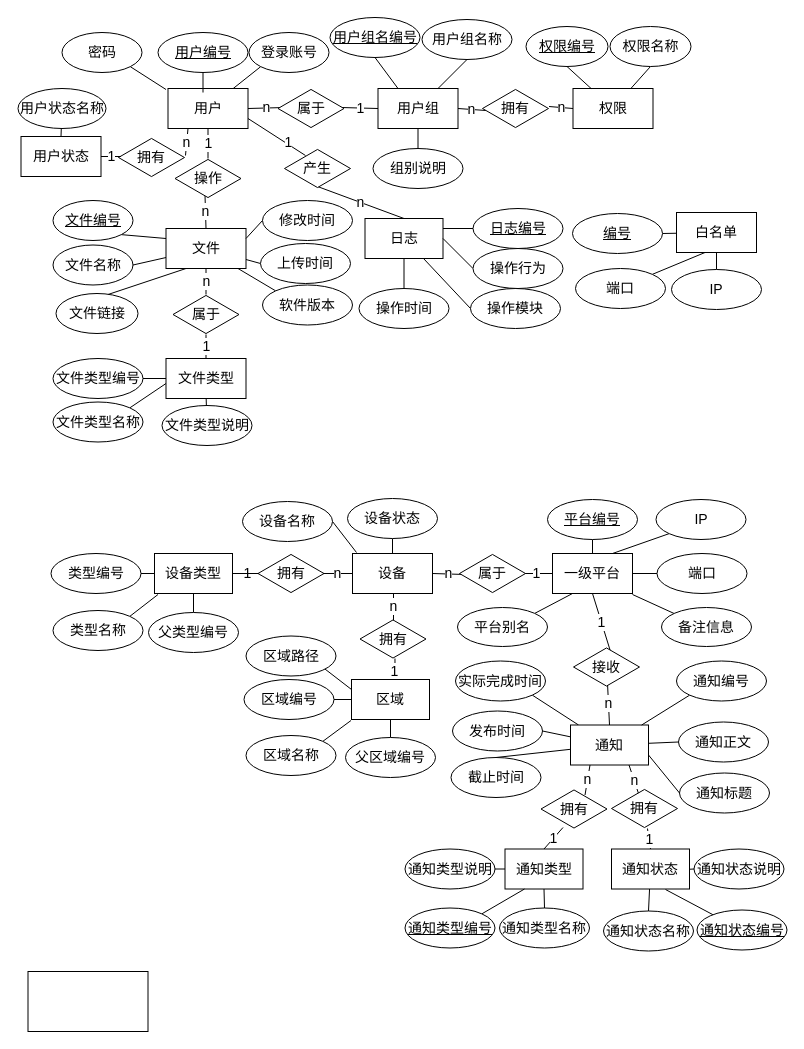
This is E-R.drawio from waterwatermelon/graph, a draw.io file, before an edit. Source tidied: cells renumbered, new cells numbered last; positions are measured from the earlier drawing's top-left corner, leaving out a move shared by most shapes. Both pictures are drawn from the tidied source at 100%, with x=0, y=0 at pixel (18, 17).
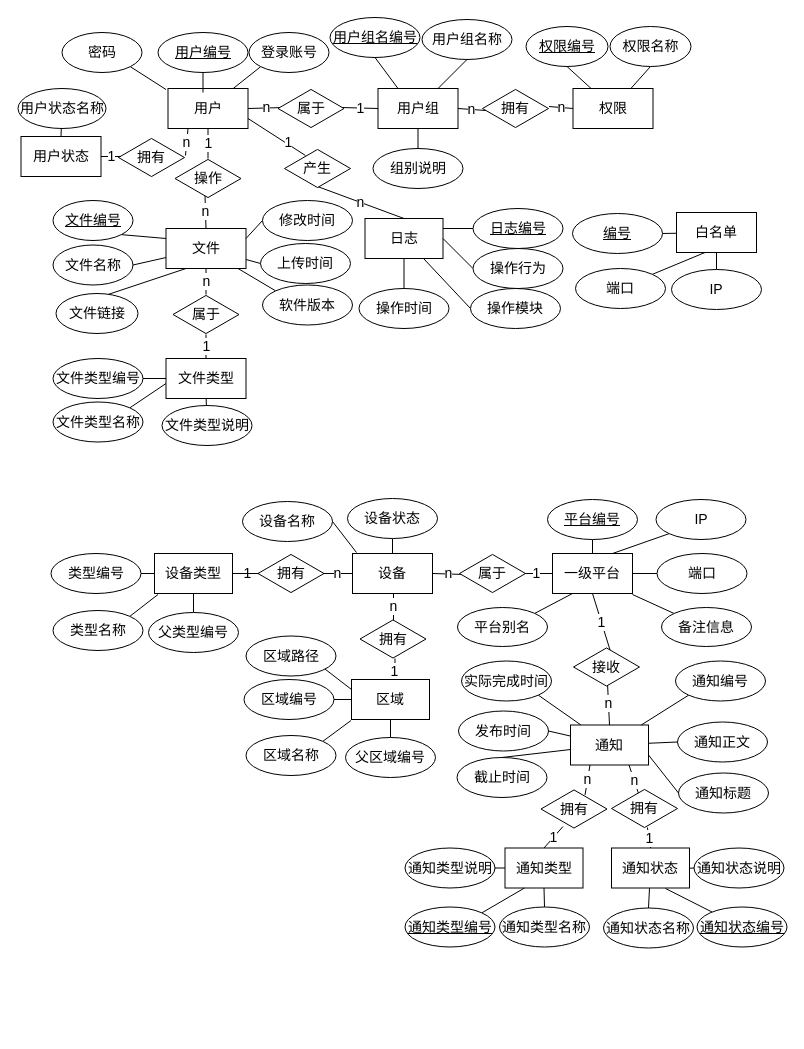
After the change.

Unchanged cells that the change refers to:
```xml
<mxCell id="150" value="拥有" style="html=1;whiteSpace=wrap;shape=isoRectangle;fontSize=14;" parent="1" vertex="1">
  <mxGeometry x="593" y="771" width="66" height="40" as="geometry" />
</mxCell>
```

Change to the diagram source:
```diff
@@
     <mxCell id="105" value="发布时间" style="ellipse;whiteSpace=wrap;html=1;fontSize=14;" parent="1" vertex="1">
-      <mxGeometry x="434" y="693.5" width="90" height="40" as="geometry" />
+      <mxGeometry x="440" y="693.5" width="90" height="40" as="geometry" />
     </mxCell>
@@
     <mxCell id="107" value="实际完成时间" style="ellipse;whiteSpace=wrap;html=1;fontSize=14;" parent="1" vertex="1">
-      <mxGeometry x="437" y="643.5" width="90" height="40" as="geometry" />
+      <mxGeometry x="443" y="643.5" width="90" height="40" as="geometry" />
     </mxCell>
@@
     <mxCell id="109" value="截止时间" style="ellipse;whiteSpace=wrap;html=1;fontSize=14;" parent="1" vertex="1">
-      <mxGeometry x="432.5" y="740" width="90" height="40" as="geometry" />
+      <mxGeometry x="438.5" y="740" width="90" height="40" as="geometry" />
     </mxCell>
@@
     <mxCell id="115" value="通知编号" style="ellipse;whiteSpace=wrap;html=1;fontSize=14;" parent="1" vertex="1">
-      <mxGeometry x="658" y="643.5" width="90" height="40" as="geometry" />
+      <mxGeometry x="657" y="643.5" width="90" height="40" as="geometry" />
     </mxCell>
@@
     <mxCell id="117" value="通知标题" style="ellipse;whiteSpace=wrap;html=1;fontSize=14;" parent="1" vertex="1">
-      <mxGeometry x="661" y="755.5" width="90" height="40" as="geometry" />
+      <mxGeometry x="660" y="755.5" width="90" height="40" as="geometry" />
     </mxCell>
@@
     <mxCell id="119" value="通知正文" style="ellipse;whiteSpace=wrap;html=1;fontSize=14;" parent="1" vertex="1">
-      <mxGeometry x="660" y="704.5" width="90" height="40" as="geometry" />
+      <mxGeometry x="659" y="704.5" width="90" height="40" as="geometry" />
     </mxCell>
@@
     <mxCell id="123" value="1" style="edgeStyle=none;rounded=0;jettySize=auto;html=1;exitX=0.5;exitY=0;exitDx=0;exitDy=0;entryX=0.364;entryY=0.85;entryDx=0;entryDy=0;entryPerimeter=0;endArrow=none;endFill=0;fontSize=14;" parent="1" edge="1" source="124">
       <mxGeometry relative="1" as="geometry">
-        <mxPoint x="544.5" y="810" as="targetPoint" />
+        <mxPoint x="544.5" y="809" as="targetPoint" />
       </mxGeometry>
     </mxCell>
     <mxCell id="124" value="通知类型" style="rounded=0;whiteSpace=wrap;html=1;fontSize=14;" parent="1" vertex="1">
-      <mxGeometry x="486.5" y="831.5" width="78" height="40" as="geometry" />
+      <mxGeometry x="486.5" y="830.5" width="78" height="40" as="geometry" />
     </mxCell>
@@
     <mxCell id="126" value="&lt;u&gt;通知类型编号&lt;/u&gt;" style="ellipse;whiteSpace=wrap;html=1;fontSize=14;" parent="1" vertex="1">
-      <mxGeometry x="386.5" y="890.5" width="90" height="40" as="geometry" />
+      <mxGeometry x="386.5" y="889.5" width="90" height="40" as="geometry" />
     </mxCell>
     <mxCell id="127" value="通知类型名称" style="ellipse;whiteSpace=wrap;html=1;fontSize=14;" parent="1" vertex="1">
-      <mxGeometry x="481" y="890.5" width="90" height="40" as="geometry" />
+      <mxGeometry x="481" y="889.5" width="90" height="40" as="geometry" />
     </mxCell>
@@
     <mxCell id="129" value="通知类型说明" style="ellipse;whiteSpace=wrap;html=1;fontSize=14;" parent="1" vertex="1">
-      <mxGeometry x="386.5" y="831.5" width="90" height="40" as="geometry" />
+      <mxGeometry x="386.5" y="830.5" width="90" height="40" as="geometry" />
     </mxCell>
@@
     <mxCell id="140" style="edgeStyle=none;rounded=0;jettySize=auto;html=1;exitX=1;exitY=0.5;exitDx=0;exitDy=0;entryX=0;entryY=0.5;entryDx=0;entryDy=0;endArrow=none;endFill=0;fontSize=14;" parent="1" edge="1" target="147">
       <mxGeometry relative="1" as="geometry">
-        <mxPoint x="666" y="852" as="sourcePoint" />
+        <mxPoint x="666" y="851" as="sourcePoint" />
       </mxGeometry>
     </mxCell>
     <mxCell id="141" style="edgeStyle=none;rounded=0;jettySize=auto;html=1;exitX=0.75;exitY=1;exitDx=0;exitDy=0;endArrow=none;endFill=0;fontSize=14;" parent="1" edge="1" target="148">
       <mxGeometry relative="1" as="geometry">
-        <mxPoint x="647" y="872" as="sourcePoint" />
+        <mxPoint x="647" y="871" as="sourcePoint" />
       </mxGeometry>
     </mxCell>
-    <mxCell id="142" value="1" style="edgeStyle=none;rounded=0;jettySize=auto;html=1;exitX=0.5;exitY=0;exitDx=0;exitDy=0;endArrow=none;endFill=0;fontSize=14;" parent="1" edge="1" source="143" target="150">
-      <mxGeometry relative="1" as="geometry" />
+    <mxCell id="142" value="1" style="edgeStyle=none;rounded=0;jettySize=auto;html=1;exitX=0.5;exitY=0;exitDx=0;exitDy=0;endArrow=none;endFill=0;fontSize=14;" parent="1" edge="1" source="143">
+      <mxGeometry relative="1" as="geometry">
+        <mxPoint x="628.9" y="810" as="targetPoint" />
+      </mxGeometry>
     </mxCell>
     <mxCell id="143" value="通知状态" style="rounded=0;whiteSpace=wrap;html=1;fontSize=14;" parent="1" vertex="1">
-      <mxGeometry x="593" y="831.5" width="78" height="40" as="geometry" />
+      <mxGeometry x="593" y="830.5" width="78" height="40" as="geometry" />
     </mxCell>
@@
     <mxCell id="146" value="通知状态名称" style="ellipse;whiteSpace=wrap;html=1;fontSize=14;" parent="1" vertex="1">
-      <mxGeometry x="585" y="893.5" width="90" height="40" as="geometry" />
+      <mxGeometry x="585" y="890.5" width="90" height="40" as="geometry" />
     </mxCell>
     <mxCell id="147" value="通知状态说明" style="ellipse;whiteSpace=wrap;html=1;fontSize=14;" parent="1" vertex="1">
-      <mxGeometry x="675.5" y="831.5" width="90" height="40" as="geometry" />
+      <mxGeometry x="675.5" y="830.5" width="90" height="40" as="geometry" />
     </mxCell>
     <mxCell id="148" value="&lt;u&gt;通知状态编号&lt;/u&gt;" style="ellipse;whiteSpace=wrap;html=1;fontSize=14;" parent="1" vertex="1">
-      <mxGeometry x="678.5" y="892.5" width="90" height="40" as="geometry" />
+      <mxGeometry x="678.5" y="889.5" width="90" height="40" as="geometry" />
     </mxCell>
@@
-    <mxCell id="157" style="rounded=0;whiteSpace=wrap;html=1;fontSize=14;" parent="1" vertex="1">
-      <mxGeometry x="9.5" y="954" width="120" height="60" as="geometry" />
-    </mxCell>
```
